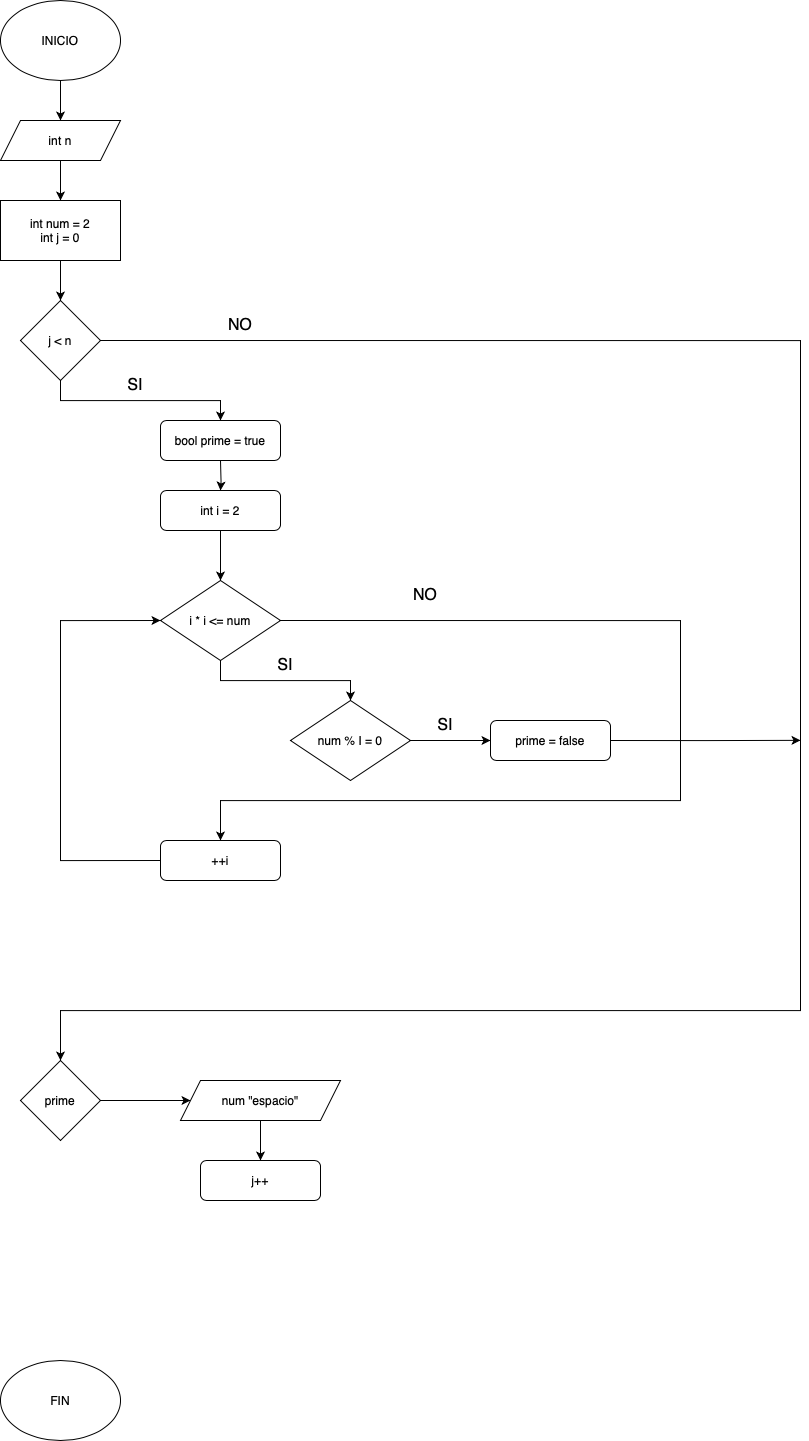
Earlier version of the draw.io export P2:Exercise17.drawio.png (14no/T2-DiagramasDeFluj). Source tidied: cells renumbered, new cells last; positions are measured from the earlier drawing's top-left corner, leaving out a move shared by most shapes.
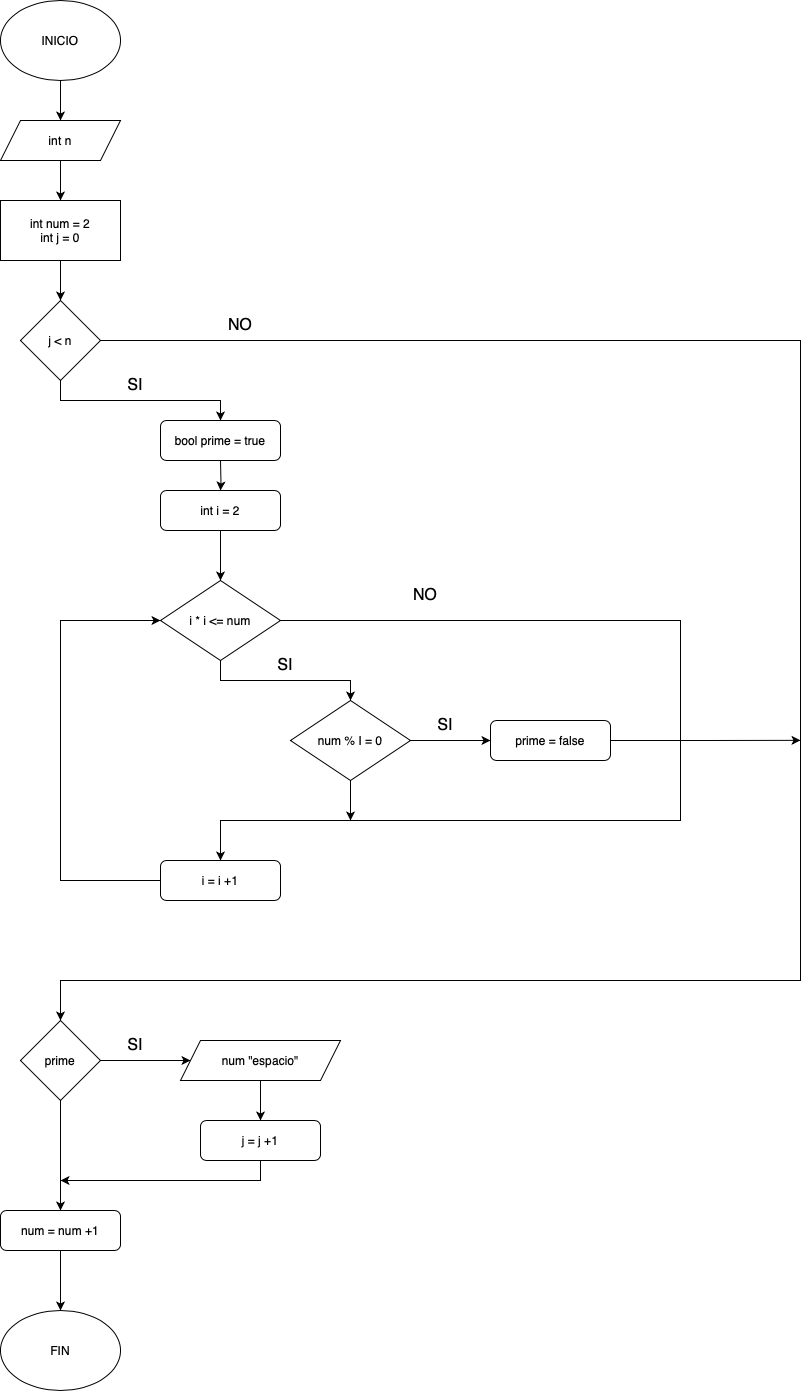
The same diagram one commit later.

Change to the diagram source:
```diff
@@ -23,8 +23,8 @@
       <mxGeometry relative="1" as="geometry">
         <Array as="points">
           <mxPoint x="800" y="340" />
-          <mxPoint x="800" y="1010" />
-          <mxPoint x="60" y="1010" />
+          <mxPoint x="800" y="980" />
+          <mxPoint x="60" y="980" />
         </Array>
       </mxGeometry>
     </mxCell>
@@ -34,13 +34,13 @@
     <mxCell id="9" style="edgeStyle=orthogonalEdgeStyle;rounded=0;jettySize=auto;html=1;exitX=0;exitY=0.5;exitDx=0;exitDy=0;entryX=0;entryY=0.5;entryDx=0;entryDy=0;" parent="1" edge="1" source="10" target="24">
       <mxGeometry relative="1" as="geometry">
         <Array as="points">
-          <mxPoint x="60" y="860" />
+          <mxPoint x="60" y="880" />
           <mxPoint x="60" y="620" />
         </Array>
       </mxGeometry>
     </mxCell>
-    <mxCell id="10" value="++i" style="rounded=1;whiteSpace=wrap;html=1;" parent="1" vertex="1">
-      <mxGeometry x="160" y="840" width="120" height="40" as="geometry" />
+    <mxCell id="10" value="i = i +1" style="rounded=1;whiteSpace=wrap;html=1;" parent="1" vertex="1">
+      <mxGeometry x="160" y="860" width="120" height="40" as="geometry" />
     </mxCell>
     <mxCell id="11" style="edgeStyle=orthogonalEdgeStyle;rounded=0;jettySize=auto;html=1;" parent="1" edge="1" target="13">
       <mxGeometry relative="1" as="geometry">
@@ -54,7 +54,7 @@
       <mxGeometry x="160" y="490" width="120" height="40" as="geometry" />
     </mxCell>
     <mxCell id="14" value="FIN" style="ellipse;whiteSpace=wrap;html=1;" parent="1" vertex="1">
-      <mxGeometry y="1360" width="120" height="80" as="geometry" />
+      <mxGeometry y="1310" width="120" height="80" as="geometry" />
     </mxCell>
     <mxCell id="15" value="SI" style="text;html=1;align=center;verticalAlign=middle;whiteSpace=wrap;rounded=0;fontSize=16;" parent="1" vertex="1">
       <mxGeometry x="120" y="370" width="30" height="30" as="geometry" />
@@ -75,7 +75,7 @@
       <mxGeometry relative="1" as="geometry" />
     </mxCell>
     <mxCell id="21" value="num &quot;espacio&quot;" style="shape=parallelogram;perimeter=parallelogramPerimeter;whiteSpace=wrap;html=1;fixedSize=1;" parent="1" vertex="1">
-      <mxGeometry x="180" y="1080" width="160" height="40" as="geometry" />
+      <mxGeometry x="180" y="1040" width="160" height="40" as="geometry" />
     </mxCell>
     <mxCell id="22" style="edgeStyle=orthogonalEdgeStyle;rounded=0;jettySize=auto;html=1;exitX=0.5;exitY=1;exitDx=0;exitDy=0;entryX=0.5;entryY=0;entryDx=0;entryDy=0;" parent="1" edge="1" source="24" target="26">
       <mxGeometry relative="1" as="geometry" />
@@ -84,8 +84,8 @@
       <mxGeometry relative="1" as="geometry">
         <Array as="points">
           <mxPoint x="680" y="620" />
-          <mxPoint x="680" y="800" />
-          <mxPoint x="220" y="800" />
+          <mxPoint x="680" y="820" />
+          <mxPoint x="220" y="820" />
         </Array>
       </mxGeometry>
     </mxCell>
@@ -95,6 +95,11 @@
     <mxCell id="25" style="edgeStyle=orthogonalEdgeStyle;rounded=0;jettySize=auto;html=1;exitX=1;exitY=0.5;exitDx=0;exitDy=0;entryX=0;entryY=0.5;entryDx=0;entryDy=0;" parent="1" edge="1" source="26" target="28">
       <mxGeometry relative="1" as="geometry" />
     </mxCell>
+    <mxCell id="35" style="edgeStyle=orthogonalEdgeStyle;rounded=0;jettySize=auto;html=1;exitX=0.5;exitY=1;exitDx=0;exitDy=0;" parent="1" edge="1" source="26">
+      <mxGeometry relative="1" as="geometry">
+        <mxPoint x="350" y="820" as="targetPoint" />
+      </mxGeometry>
+    </mxCell>
     <mxCell id="26" value="num % I = 0" style="rhombus;whiteSpace=wrap;html=1;" parent="1" vertex="1">
       <mxGeometry x="290" y="700" width="120" height="80" as="geometry" />
     </mxCell>
@@ -118,11 +123,31 @@
     <mxCell id="32" style="edgeStyle=orthogonalEdgeStyle;rounded=0;jettySize=auto;html=1;exitX=1;exitY=0.5;exitDx=0;exitDy=0;entryX=0;entryY=0.5;entryDx=0;entryDy=0;" parent="1" edge="1" source="33" target="21">
       <mxGeometry relative="1" as="geometry" />
     </mxCell>
+    <mxCell id="36" style="edgeStyle=orthogonalEdgeStyle;rounded=0;jettySize=auto;html=1;" parent="1" edge="1" source="33" target="40">
+      <mxGeometry relative="1" as="geometry" />
+    </mxCell>
     <mxCell id="33" value="prime" style="rhombus;whiteSpace=wrap;html=1;" parent="1" vertex="1">
-      <mxGeometry x="20" y="1060" width="80" height="80" as="geometry" />
+      <mxGeometry x="20" y="1020" width="80" height="80" as="geometry" />
     </mxCell>
+    <mxCell id="37" style="edgeStyle=orthogonalEdgeStyle;rounded=0;jettySize=auto;html=1;exitX=0.5;exitY=1;exitDx=0;exitDy=0;" parent="1" edge="1" source="34">
+      <mxGeometry relative="1" as="geometry">
+        <mxPoint x="60" y="1180" as="targetPoint" />
+        <Array as="points">
+          <mxPoint x="260" y="1180" />
+        </Array>
+      </mxGeometry>
+    </mxCell>
-    <mxCell id="34" value="j++" style="rounded=1;whiteSpace=wrap;html=1;" parent="1" vertex="1">
-      <mxGeometry x="200" y="1160" width="120" height="40" as="geometry" />
+    <mxCell id="34" value="j = j +1" style="rounded=1;whiteSpace=wrap;html=1;" parent="1" vertex="1">
+      <mxGeometry x="200" y="1120" width="120" height="40" as="geometry" />
     </mxCell>
+    <mxCell id="38" value="SI" style="text;html=1;align=center;verticalAlign=middle;whiteSpace=wrap;rounded=0;fontSize=16;" parent="1" vertex="1">
+      <mxGeometry x="120" y="1030" width="30" height="30" as="geometry" />
+    </mxCell>
+    <mxCell id="39" style="edgeStyle=orthogonalEdgeStyle;rounded=0;jettySize=auto;html=1;" parent="1" edge="1" source="40" target="14">
+      <mxGeometry relative="1" as="geometry" />
+    </mxCell>
+    <mxCell id="40" value="num = num +1" style="rounded=1;whiteSpace=wrap;html=1;" parent="1" vertex="1">
+      <mxGeometry y="1210" width="120" height="40" as="geometry" />
+    </mxCell>
   </root>
 </mxGraphModel>
```
